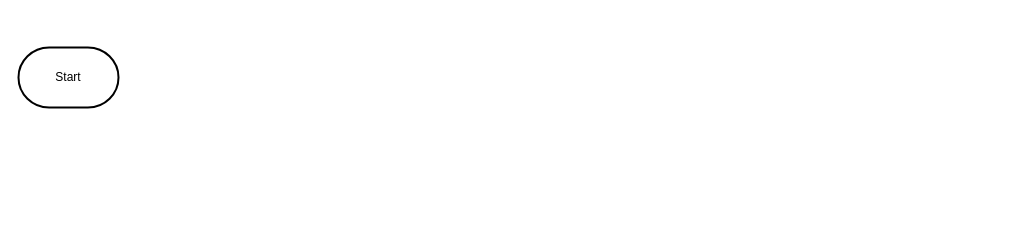
Above: design/flowchart-dom.drawio in MTHS-ICS2O-2-2022/ICS2O-Final-Project-Group06 (draw.io), before the change. Source tidied: cells renumbered, new cells numbered last; positions are measured from the earlier drawing's top-left corner, leaving out a move shared by most shapes. Both pictures are drawn from the tidied source at 100%, with x=0, y=0 at pixel (18, 47).
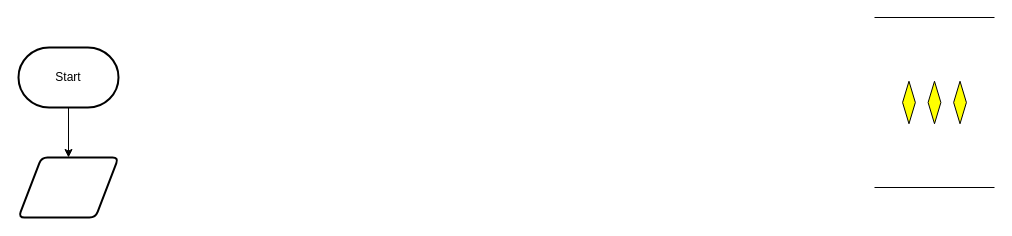
The same page after the edit.

What changed in the source:
```diff
@@
 <mxGraphModel>
   <root>
     <mxCell id="0" />
     <mxCell id="1" parent="0" />
+    <mxCell id="3" style="edgeStyle=none;html=1;exitX=0.5;exitY=1;exitDx=0;exitDy=0;exitPerimeter=0;entryX=0.5;entryY=0;entryDx=0;entryDy=0;" parent="1" edge="1" source="2" target="4">
+      <mxGeometry relative="1" as="geometry" />
+    </mxCell>
     <mxCell id="2" value="Start" style="strokeWidth=2;html=1;shape=mxgraph.flowchart.terminator;whiteSpace=wrap;" parent="1" vertex="1">
       <mxGeometry width="100" height="60" as="geometry" />
     </mxCell>
+    <mxCell id="4" style="shape=parallelogram;html=1;strokeWidth=2;perimeter=parallelogramPerimeter;whiteSpace=wrap;rounded=1;arcSize=12;size=0.23;" parent="1" vertex="1">
+      <mxGeometry y="110" width="100" height="60" as="geometry" />
+    </mxCell>
+    <mxCell id="5" style="verticalLabelPosition=bottom;verticalAlign=top;html=1;shape=mxgraph.flowchart.parallel_mode;" parent="1" vertex="1">
+      <mxGeometry x="856" y="-30" width="120" height="170" as="geometry" />
+    </mxCell>
   </root>
 </mxGraphModel>
```
